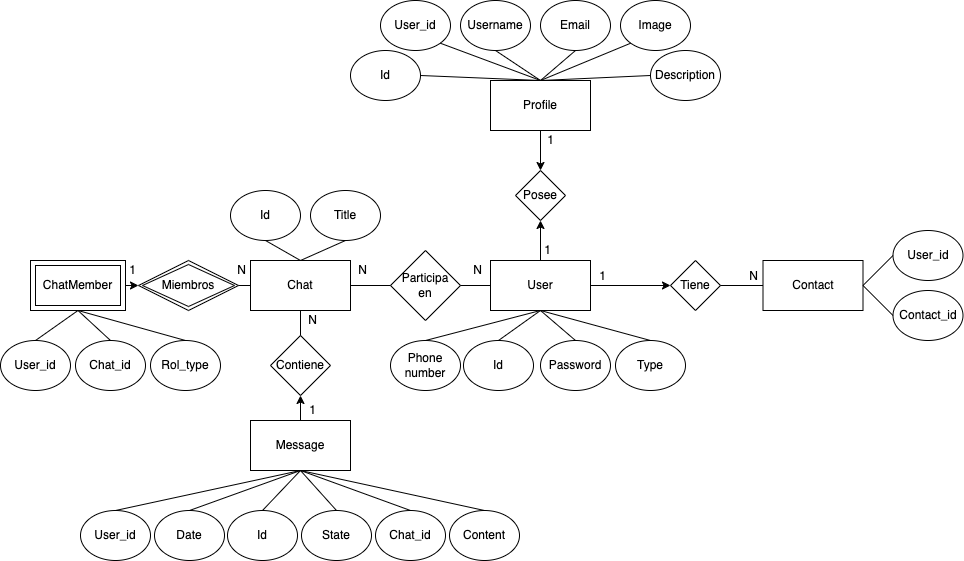
Above: assets/ER-model.png in eanorambuena/EPA_frontend (draw.io), before the change. Source tidied: cells renumbered, new cells last; positions are measured from the earlier drawing's top-left corner, leaving out a move shared by most shapes.
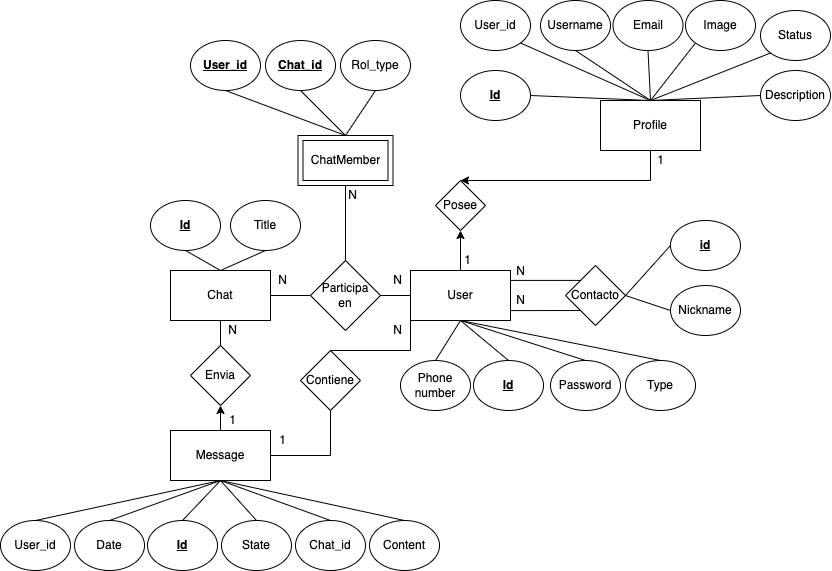
Above is the later version.

Commit message:
chore: Update contact in ER-model

Diff of the diagram source:
```diff
@@ -5,35 +5,35 @@
     <mxCell id="2" value="User" style="rounded=0;whiteSpace=wrap;html=1;" parent="1" vertex="1">
       <mxGeometry x="490" y="260" width="100" height="50" as="geometry" />
     </mxCell>
-    <mxCell id="3" value="Id" style="ellipse;whiteSpace=wrap;html=1;" parent="1" vertex="1">
-      <mxGeometry x="463" y="340" width="70" height="50" as="geometry" />
+    <mxCell id="3" value="&lt;u&gt;&lt;b&gt;Id&lt;/b&gt;&lt;/u&gt;" style="ellipse;whiteSpace=wrap;html=1;" parent="1" vertex="1">
+      <mxGeometry x="553" y="350" width="70" height="50" as="geometry" />
     </mxCell>
     <mxCell id="4" value="Phone&lt;div&gt;number&lt;/div&gt;" style="ellipse;whiteSpace=wrap;html=1;" parent="1" vertex="1">
-      <mxGeometry x="390" y="340" width="70" height="50" as="geometry" />
+      <mxGeometry x="480" y="350" width="70" height="50" as="geometry" />
     </mxCell>
     <mxCell id="5" value="Password" style="ellipse;whiteSpace=wrap;html=1;" parent="1" vertex="1">
-      <mxGeometry x="540" y="340" width="70" height="50" as="geometry" />
+      <mxGeometry x="630" y="350" width="70" height="50" as="geometry" />
     </mxCell>
     <mxCell id="6" value="Posee" style="rhombus;whiteSpace=wrap;html=1;" parent="1" vertex="1">
       <mxGeometry x="515" y="170" width="50" height="50" as="geometry" />
     </mxCell>
     <mxCell id="7" value="Profile" style="rounded=0;whiteSpace=wrap;html=1;" parent="1" vertex="1">
-      <mxGeometry x="490" y="80" width="100" height="50" as="geometry" />
+      <mxGeometry x="680" y="90" width="100" height="50" as="geometry" />
     </mxCell>
-    <mxCell id="8" value="Id" style="ellipse;whiteSpace=wrap;html=1;" parent="1" vertex="1">
-      <mxGeometry x="350" y="50" width="70" height="50" as="geometry" />
+    <mxCell id="8" value="&lt;u&gt;&lt;b&gt;Id&lt;/b&gt;&lt;/u&gt;" style="ellipse;whiteSpace=wrap;html=1;" parent="1" vertex="1">
+      <mxGeometry x="540" y="60" width="70" height="50" as="geometry" />
     </mxCell>
     <mxCell id="9" value="Description" style="ellipse;whiteSpace=wrap;html=1;" parent="1" vertex="1">
-      <mxGeometry x="650" y="50" width="70" height="50" as="geometry" />
+      <mxGeometry x="840" y="60" width="70" height="50" as="geometry" />
     </mxCell>
     <mxCell id="10" value="Username" style="ellipse;whiteSpace=wrap;html=1;" parent="1" vertex="1">
-      <mxGeometry x="460" width="70" height="50" as="geometry" />
+      <mxGeometry x="620" y="-10" width="70" height="50" as="geometry" />
     </mxCell>
     <mxCell id="11" value="User_id" style="ellipse;whiteSpace=wrap;html=1;" parent="1" vertex="1">
-      <mxGeometry x="380" width="70" height="50" as="geometry" />
+      <mxGeometry x="540" y="-10" width="70" height="50" as="geometry" />
     </mxCell>
     <mxCell id="12" value="Image" style="ellipse;whiteSpace=wrap;html=1;" parent="1" vertex="1">
-      <mxGeometry x="620" width="70" height="50" as="geometry" />
+      <mxGeometry x="765" y="-10" width="70" height="50" as="geometry" />
     </mxCell>
     <mxCell id="13" style="endArrow=none;html=1;rounded=0;exitX=0.5;exitY=0;exitDx=0;exitDy=0;entryX=1;entryY=0.5;entryDx=0;entryDy=0;" parent="1" edge="1" source="7" target="8">
       <mxGeometry relative="1" as="geometry" />
@@ -62,7 +62,7 @@
       <mxGeometry relative="1" as="geometry" />
     </mxCell>
     <mxCell id="21" value="Email" style="ellipse;whiteSpace=wrap;html=1;" parent="1" vertex="1">
-      <mxGeometry x="540" width="70" height="50" as="geometry" />
+      <mxGeometry x="692.5" y="-10" width="70" height="50" as="geometry" />
     </mxCell>
     <mxCell id="22" style="endArrow=none;html=1;rounded=0;exitX=0.5;exitY=0;exitDx=0;exitDy=0;entryX=0.5;entryY=1;entryDx=0;entryDy=0;" parent="1" edge="1" source="7" target="21">
       <mxGeometry relative="1" as="geometry" />
@@ -71,7 +71,7 @@
       <mxGeometry x="250" y="260" width="100" height="50" as="geometry" />
     </mxCell>
     <mxCell id="24" value="1" style="text;html=1;align=center;verticalAlign=middle;whiteSpace=wrap;rounded=0;" parent="1" vertex="1">
-      <mxGeometry x="533" y="130" width="35" height="20" as="geometry" />
+      <mxGeometry x="723" y="140" width="35" height="20" as="geometry" />
     </mxCell>
     <mxCell id="25" value="1" style="text;html=1;align=center;verticalAlign=middle;whiteSpace=wrap;rounded=0;" parent="1" vertex="1">
       <mxGeometry x="530" y="240" width="35" height="20" as="geometry" />
@@ -91,7 +91,7 @@
     <mxCell id="30" value="N" style="text;html=1;align=center;verticalAlign=middle;whiteSpace=wrap;rounded=0;" parent="1" vertex="1">
       <mxGeometry x="460" y="260" width="35" height="20" as="geometry" />
     </mxCell>
-    <mxCell id="31" value="Id" style="ellipse;whiteSpace=wrap;html=1;" parent="1" vertex="1">
+    <mxCell id="31" value="&lt;u&gt;&lt;b&gt;Id&lt;/b&gt;&lt;/u&gt;" style="ellipse;whiteSpace=wrap;html=1;" parent="1" vertex="1">
       <mxGeometry x="230" y="190" width="70" height="50" as="geometry" />
     </mxCell>
     <mxCell id="32" value="Title" style="ellipse;whiteSpace=wrap;html=1;" parent="1" vertex="1">
@@ -106,10 +106,10 @@
     <mxCell id="35" value="Message" style="rounded=0;whiteSpace=wrap;html=1;" parent="1" vertex="1">
       <mxGeometry x="250" y="420" width="100" height="50" as="geometry" />
     </mxCell>
-    <mxCell id="36" value="Id" style="ellipse;whiteSpace=wrap;html=1;" parent="1" vertex="1">
+    <mxCell id="36" value="&lt;b&gt;&lt;u&gt;Id&lt;/u&gt;&lt;/b&gt;" style="ellipse;whiteSpace=wrap;html=1;" parent="1" vertex="1">
       <mxGeometry x="227" y="510" width="70" height="50" as="geometry" />
     </mxCell>
-    <mxCell id="37" value="Contiene" style="rhombus;whiteSpace=wrap;html=1;" parent="1" vertex="1">
+    <mxCell id="37" value="Envia" style="rhombus;whiteSpace=wrap;html=1;" parent="1" vertex="1">
       <mxGeometry x="270" y="335" width="60" height="60" as="geometry" />
     </mxCell>
     <mxCell id="38" style="endArrow=none;html=1;rounded=0;entryX=0.5;entryY=1;entryDx=0;entryDy=0;exitX=0.5;exitY=0;exitDx=0;exitDy=0;" parent="1" edge="1" source="37" target="23">
@@ -148,75 +148,28 @@
     <mxCell id="49" value="N" style="text;html=1;align=center;verticalAlign=middle;whiteSpace=wrap;rounded=0;" parent="1" vertex="1">
       <mxGeometry x="295" y="310" width="35" height="20" as="geometry" />
     </mxCell>
-    <mxCell id="50" value="Tiene" style="rhombus;whiteSpace=wrap;html=1;" parent="1" vertex="1">
-      <mxGeometry x="670" y="260" width="50" height="50" as="geometry" />
+    <mxCell id="50" value="Contacto" style="rhombus;whiteSpace=wrap;html=1;" parent="1" vertex="1">
+      <mxGeometry x="645" y="255" width="60" height="60" as="geometry" />
     </mxCell>
-    <mxCell id="51" value="Contact" style="rounded=0;whiteSpace=wrap;html=1;" parent="1" vertex="1">
-      <mxGeometry x="762.5" y="260" width="100" height="50" as="geometry" />
-    </mxCell>
-    <mxCell id="52" style="endArrow=none;html=1;rounded=0;entryX=1;entryY=0.5;entryDx=0;entryDy=0;exitX=0;exitY=0.5;exitDx=0;exitDy=0;" parent="1" edge="1" source="51" target="50">
-      <mxGeometry relative="1" as="geometry" />
-    </mxCell>
-    <mxCell id="53" value="User_id" style="ellipse;whiteSpace=wrap;html=1;" parent="1" vertex="1">
-      <mxGeometry x="892.5" y="230" width="70" height="50" as="geometry" />
-    </mxCell>
-    <mxCell id="54" value="Contact_id" style="ellipse;whiteSpace=wrap;html=1;" parent="1" vertex="1">
-      <mxGeometry x="892.5" y="290" width="70" height="50" as="geometry" />
-    </mxCell>
-    <mxCell id="55" style="endArrow=none;html=1;rounded=0;exitX=0;exitY=0.5;exitDx=0;exitDy=0;entryX=1;entryY=0.5;entryDx=0;entryDy=0;" parent="1" edge="1" source="53" target="51">
-      <mxGeometry relative="1" as="geometry" />
-    </mxCell>
-    <mxCell id="56" style="endArrow=none;html=1;rounded=0;exitX=0;exitY=0.5;exitDx=0;exitDy=0;entryX=1;entryY=0.5;entryDx=0;entryDy=0;" parent="1" edge="1" source="54" target="51">
-      <mxGeometry relative="1" as="geometry" />
-    </mxCell>
-    <mxCell id="57" value="N" style="text;html=1;align=center;verticalAlign=middle;whiteSpace=wrap;rounded=0;" parent="1" vertex="1">
-      <mxGeometry x="735.5" y="266" width="35" height="20" as="geometry" />
-    </mxCell>
-    <mxCell id="58" value="1" style="text;html=1;align=center;verticalAlign=middle;whiteSpace=wrap;rounded=0;" parent="1" vertex="1">
-      <mxGeometry x="585" y="266" width="35" height="20" as="geometry" />
-    </mxCell>
-    <mxCell id="59" value="User_id" style="ellipse;whiteSpace=wrap;html=1;" parent="1" vertex="1">
-      <mxGeometry y="340" width="70" height="50" as="geometry" />
+    <mxCell id="59" value="&lt;u&gt;&lt;b&gt;User_id&lt;/b&gt;&lt;/u&gt;" style="ellipse;whiteSpace=wrap;html=1;" parent="1" vertex="1">
+      <mxGeometry x="270" y="30" width="70" height="50" as="geometry" />
     </mxCell>
-    <mxCell id="60" value="Chat_id" style="ellipse;whiteSpace=wrap;html=1;" parent="1" vertex="1">
-      <mxGeometry x="75" y="340" width="70" height="50" as="geometry" />
+    <mxCell id="60" value="&lt;u&gt;&lt;b&gt;Chat_id&lt;/b&gt;&lt;/u&gt;" style="ellipse;whiteSpace=wrap;html=1;" parent="1" vertex="1">
+      <mxGeometry x="345" y="30" width="70" height="50" as="geometry" />
     </mxCell>
-    <mxCell id="61" style="endArrow=none;html=1;rounded=0;entryX=0.5;entryY=0;entryDx=0;entryDy=0;exitX=0.5;exitY=1;exitDx=0;exitDy=0;" parent="1" edge="1" source="63" target="60">
-      <mxGeometry relative="1" as="geometry" />
-    </mxCell>
-    <mxCell id="62" style="endArrow=none;html=1;rounded=0;entryX=0.5;entryY=0;entryDx=0;entryDy=0;exitX=0.5;exitY=1;exitDx=0;exitDy=0;" parent="1" edge="1" source="63" target="59">
-      <mxGeometry relative="1" as="geometry" />
-    </mxCell>
     <mxCell id="63" value="ChatMember" style="shape=ext;margin=3;double=1;whiteSpace=wrap;html=1;align=center;" parent="1" vertex="1">
-      <mxGeometry x="30" y="260" width="95" height="50" as="geometry" />
+      <mxGeometry x="377.5" y="125" width="95" height="50" as="geometry" />
     </mxCell>
-    <mxCell id="64" value="Miembros" style="shape=rhombus;double=1;perimeter=rhombusPerimeter;whiteSpace=wrap;html=1;align=center;" parent="1" vertex="1">
-      <mxGeometry x="138" y="260" width="100" height="50" as="geometry" />
-    </mxCell>
-    <mxCell id="65" style="endArrow=none;html=1;rounded=0;exitX=0;exitY=0.5;exitDx=0;exitDy=0;entryX=1;entryY=0.5;entryDx=0;entryDy=0;" parent="1" edge="1" source="23" target="64">
-      <mxGeometry relative="1" as="geometry" />
-    </mxCell>
-    <mxCell id="66" value="1" style="text;html=1;align=center;verticalAlign=middle;whiteSpace=wrap;rounded=0;" parent="1" vertex="1">
-      <mxGeometry x="115" y="260" width="35" height="20" as="geometry" />
-    </mxCell>
-    <mxCell id="67" value="N" style="text;html=1;align=center;verticalAlign=middle;whiteSpace=wrap;rounded=0;" parent="1" vertex="1">
-      <mxGeometry x="224" y="260" width="35" height="20" as="geometry" />
-    </mxCell>
-    <mxCell id="68" style="endArrow=classic;html=1;rounded=0;exitX=0.5;exitY=0;exitDx=0;exitDy=0;entryX=0.5;entryY=1;entryDx=0;entryDy=0;" parent="1" edge="1" source="35" target="37">
-      <mxGeometry relative="1" as="geometry" />
-    </mxCell>
-    <mxCell id="69" style="endArrow=classic;html=1;rounded=0;entryX=0;entryY=0.5;entryDx=0;entryDy=0;exitX=1;exitY=0.5;exitDx=0;exitDy=0;" parent="1" edge="1" source="63" target="64">
-      <mxGeometry relative="1" as="geometry" />
-    </mxCell>
     <mxCell id="70" style="endArrow=classic;html=1;rounded=0;entryX=0.5;entryY=0;entryDx=0;entryDy=0;exitX=0.5;exitY=1;exitDx=0;exitDy=0;" parent="1" edge="1" source="7" target="6">
-      <mxGeometry relative="1" as="geometry" />
+      <mxGeometry relative="1" as="geometry">
+        <Array as="points">
+          <mxPoint x="730" y="170" />
+        </Array>
+      </mxGeometry>
     </mxCell>
     <mxCell id="71" style="endArrow=classic;html=1;rounded=0;entryX=0.5;entryY=1;entryDx=0;entryDy=0;exitX=0.5;exitY=0;exitDx=0;exitDy=0;" parent="1" edge="1" source="2" target="6">
       <mxGeometry relative="1" as="geometry" />
     </mxCell>
-    <mxCell id="72" style="endArrow=classic;html=1;rounded=0;entryX=0;entryY=0.5;entryDx=0;entryDy=0;exitX=1;exitY=0.5;exitDx=0;exitDy=0;" parent="1" edge="1" source="2" target="50">
-      <mxGeometry relative="1" as="geometry" />
-    </mxCell>
     <mxCell id="73" value="State" style="ellipse;whiteSpace=wrap;html=1;" parent="1" vertex="1">
       <mxGeometry x="301" y="510" width="70" height="50" as="geometry" />
     </mxCell>
@@ -224,16 +177,87 @@
       <mxGeometry relative="1" as="geometry" />
     </mxCell>
     <mxCell id="75" value="Rol_type" style="ellipse;whiteSpace=wrap;html=1;" parent="1" vertex="1">
-      <mxGeometry x="150" y="340" width="70" height="50" as="geometry" />
+      <mxGeometry x="420" y="30" width="70" height="50" as="geometry" />
     </mxCell>
-    <mxCell id="76" style="endArrow=none;html=1;rounded=0;entryX=0.5;entryY=0;entryDx=0;entryDy=0;exitX=0.5;exitY=1;exitDx=0;exitDy=0;" parent="1" edge="1" source="63" target="75">
-      <mxGeometry relative="1" as="geometry" />
-    </mxCell>
     <mxCell id="77" value="Type" style="ellipse;whiteSpace=wrap;html=1;" parent="1" vertex="1">
-      <mxGeometry x="615" y="340" width="70" height="50" as="geometry" />
+      <mxGeometry x="705" y="350" width="70" height="50" as="geometry" />
     </mxCell>
     <mxCell id="78" style="endArrow=none;html=1;rounded=0;exitX=0.5;exitY=0;exitDx=0;exitDy=0;entryX=0.5;entryY=1;entryDx=0;entryDy=0;" parent="1" edge="1" source="77" target="2">
       <mxGeometry relative="1" as="geometry" />
     </mxCell>
+    <mxCell id="79" value="Contiene" style="rhombus;whiteSpace=wrap;html=1;" parent="1" vertex="1">
+      <mxGeometry x="380" y="340" width="60" height="60" as="geometry" />
+    </mxCell>
+    <mxCell id="80" style="endArrow=none;html=1;rounded=0;entryX=0.5;entryY=1;entryDx=0;entryDy=0;exitX=1;exitY=0.5;exitDx=0;exitDy=0;" parent="1" edge="1" source="35" target="79">
+      <mxGeometry relative="1" as="geometry">
+        <Array as="points">
+          <mxPoint x="410" y="445" />
+        </Array>
+      </mxGeometry>
+    </mxCell>
+    <mxCell id="81" style="endArrow=none;html=1;rounded=0;entryX=0;entryY=1;entryDx=0;entryDy=0;exitX=0.5;exitY=0;exitDx=0;exitDy=0;" parent="1" edge="1" source="79" target="2">
+      <mxGeometry relative="1" as="geometry">
+        <Array as="points">
+          <mxPoint x="490" y="340" />
+        </Array>
+      </mxGeometry>
+    </mxCell>
+    <mxCell id="82" value="N" style="text;html=1;align=center;verticalAlign=middle;whiteSpace=wrap;rounded=0;" parent="1" vertex="1">
+      <mxGeometry x="460" y="310" width="35" height="20" as="geometry" />
+    </mxCell>
+    <mxCell id="83" value="1" style="text;html=1;align=center;verticalAlign=middle;whiteSpace=wrap;rounded=0;" parent="1" vertex="1">
+      <mxGeometry x="345" y="420" width="35" height="20" as="geometry" />
+    </mxCell>
+    <mxCell id="84" style="endArrow=none;html=1;rounded=0;entryX=0.5;entryY=0;entryDx=0;entryDy=0;exitX=0.5;exitY=1;exitDx=0;exitDy=0;" parent="1" edge="1" source="63" target="26">
+      <mxGeometry relative="1" as="geometry" />
+    </mxCell>
+    <mxCell id="85" style="endArrow=none;html=1;rounded=0;entryX=0.5;entryY=0;entryDx=0;entryDy=0;exitX=0.5;exitY=1;exitDx=0;exitDy=0;" parent="1" edge="1" source="59" target="63">
+      <mxGeometry relative="1" as="geometry" />
+    </mxCell>
+    <mxCell id="86" style="endArrow=none;html=1;rounded=0;entryX=0.5;entryY=0;entryDx=0;entryDy=0;exitX=0.5;exitY=1;exitDx=0;exitDy=0;" parent="1" edge="1" source="60" target="63">
+      <mxGeometry relative="1" as="geometry" />
+    </mxCell>
+    <mxCell id="87" style="endArrow=none;html=1;rounded=0;entryX=0.5;entryY=0;entryDx=0;entryDy=0;exitX=0.5;exitY=1;exitDx=0;exitDy=0;" parent="1" edge="1" source="75" target="63">
+      <mxGeometry relative="1" as="geometry" />
+    </mxCell>
+    <mxCell id="88" value="N" style="text;html=1;align=center;verticalAlign=middle;whiteSpace=wrap;rounded=0;" parent="1" vertex="1">
+      <mxGeometry x="415" y="175" width="35" height="20" as="geometry" />
+    </mxCell>
+    <mxCell id="68" style="endArrow=classic;html=1;rounded=0;entryX=0.5;entryY=1;entryDx=0;entryDy=0;exitX=0.5;exitY=0;exitDx=0;exitDy=0;" parent="1" edge="1" source="35" target="37">
+      <mxGeometry relative="1" as="geometry" />
+    </mxCell>
+    <mxCell id="89" value="Status" style="ellipse;whiteSpace=wrap;html=1;" parent="1" vertex="1">
+      <mxGeometry x="840" width="70" height="50" as="geometry" />
+    </mxCell>
+    <mxCell id="90" style="endArrow=none;html=1;rounded=0;exitX=0.5;exitY=0;exitDx=0;exitDy=0;entryX=0;entryY=1;entryDx=0;entryDy=0;" parent="1" edge="1" source="7" target="89">
+      <mxGeometry relative="1" as="geometry" />
+    </mxCell>
+    <mxCell id="91" value="&lt;u&gt;&lt;b&gt;id&lt;/b&gt;&lt;/u&gt;" style="ellipse;whiteSpace=wrap;html=1;" parent="1" vertex="1">
+      <mxGeometry x="750" y="210" width="70" height="50" as="geometry" />
+    </mxCell>
+    <mxCell id="92" value="Nickname" style="ellipse;whiteSpace=wrap;html=1;" parent="1" vertex="1">
+      <mxGeometry x="750" y="275" width="70" height="50" as="geometry" />
+    </mxCell>
+    <mxCell id="93" style="endArrow=none;html=1;rounded=0;entryX=1;entryY=0.5;entryDx=0;entryDy=0;exitX=0;exitY=0.5;exitDx=0;exitDy=0;" parent="1" edge="1" source="91" target="50">
+      <mxGeometry relative="1" as="geometry" />
+    </mxCell>
+    <mxCell id="94" style="endArrow=none;html=1;rounded=0;entryX=1;entryY=0.5;entryDx=0;entryDy=0;exitX=0;exitY=0.5;exitDx=0;exitDy=0;" parent="1" edge="1" source="92" target="50">
+      <mxGeometry relative="1" as="geometry" />
+    </mxCell>
+    <mxCell id="95" value="N" style="text;html=1;align=center;verticalAlign=middle;whiteSpace=wrap;rounded=0;" parent="1" vertex="1">
+      <mxGeometry x="583" y="251" width="35" height="20" as="geometry" />
+    </mxCell>
+    <mxCell id="96" style="endArrow=none;html=1;rounded=0;entryX=1;entryY=0.802;entryDx=0;entryDy=0;exitX=0;exitY=1;exitDx=0;exitDy=0;entryPerimeter=0;" parent="1" edge="1" source="50" target="2">
+      <mxGeometry relative="1" as="geometry" />
+    </mxCell>
+    <mxCell id="97" style="endArrow=none;html=1;rounded=0;entryX=1;entryY=0.802;entryDx=0;entryDy=0;exitX=0;exitY=1;exitDx=0;exitDy=0;entryPerimeter=0;" parent="1" edge="1">
+      <mxGeometry relative="1" as="geometry">
+        <mxPoint x="660" y="269.9" as="sourcePoint" />
+        <mxPoint x="590" y="269.9" as="targetPoint" />
+      </mxGeometry>
+    </mxCell>
+    <mxCell id="98" value="N" style="text;html=1;align=center;verticalAlign=middle;whiteSpace=wrap;rounded=0;" parent="1" vertex="1">
+      <mxGeometry x="583" y="280" width="35" height="20" as="geometry" />
+    </mxCell>
   </root>
 </mxGraphModel>
```
